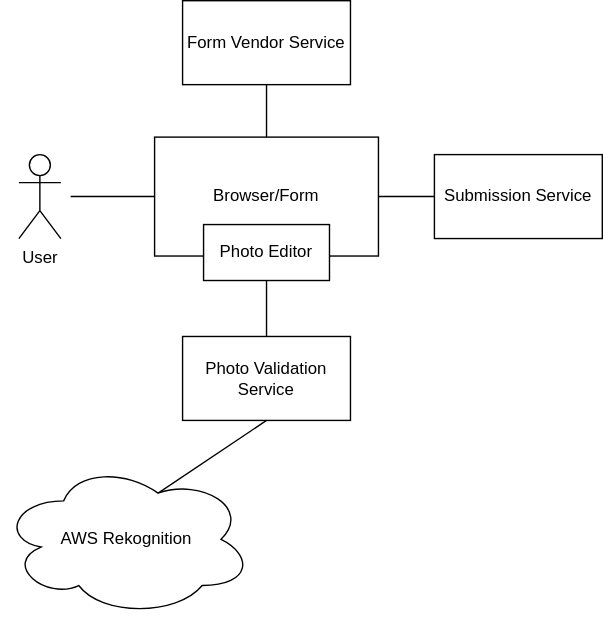
The draw.io diagram images/overview-diagram.svg in DMGEventsForms/spec, before a commit. Source tidied: cells renumbered, new cells last; positions are measured from the earlier drawing's top-left corner, leaving out a move shared by most shapes.
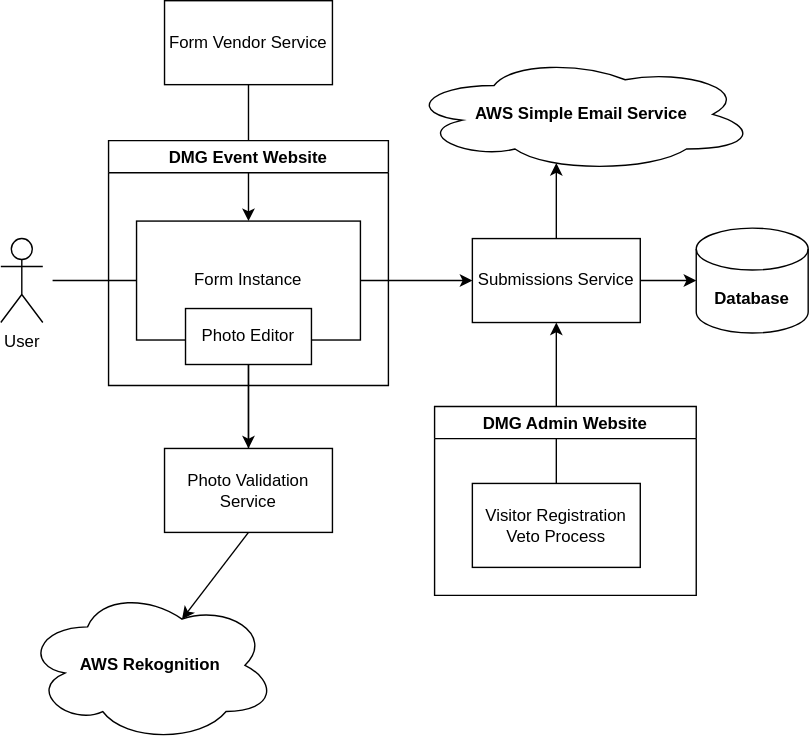
The same diagram one commit later.

What changed in the source:
```diff
@@ -2,43 +2,70 @@
   <root>
     <mxCell id="0" />
     <mxCell id="1" parent="0" />
-    <mxCell id="2" value="Browser/Form" style="rounded=0;whiteSpace=wrap;html=1;" parent="1" vertex="1">
-      <mxGeometry x="110" y="97.5" width="160" height="85" as="geometry" />
+    <mxCell id="2" value="Form Instance" style="rounded=0;whiteSpace=wrap;html=1;" parent="1" vertex="1">
+      <mxGeometry x="17" y="117.5" width="160" height="85" as="geometry" />
     </mxCell>
+    <mxCell id="14" style="edgeStyle=orthogonalEdgeStyle;rounded=0;jettySize=auto;html=1;exitX=1;exitY=0.5;exitDx=0;exitDy=0;entryX=0;entryY=0.5;entryDx=0;entryDy=0;entryPerimeter=0;endArrow=classic;endFill=1;" parent="1" edge="1" source="3" target="18">
+      <mxGeometry relative="1" as="geometry" />
+    </mxCell>
+    <mxCell id="15" style="edgeStyle=orthogonalEdgeStyle;rounded=0;jettySize=auto;html=1;exitX=0.5;exitY=0;exitDx=0;exitDy=0;entryX=0.428;entryY=0.921;entryDx=0;entryDy=0;entryPerimeter=0;startArrow=none;startFill=0;endArrow=classic;endFill=1;" parent="1" edge="1" source="3" target="20">
+      <mxGeometry relative="1" as="geometry" />
+    </mxCell>
+    <mxCell id="16" style="edgeStyle=orthogonalEdgeStyle;rounded=0;jettySize=auto;html=1;exitX=0.5;exitY=1;exitDx=0;exitDy=0;entryX=0.5;entryY=0;entryDx=0;entryDy=0;startArrow=classic;startFill=1;endArrow=none;endFill=0;" parent="1" edge="1" source="3" target="22">
+      <mxGeometry relative="1" as="geometry" />
+    </mxCell>
-    <mxCell id="3" value="Submission Service" style="rounded=0;whiteSpace=wrap;html=1;" parent="1" vertex="1">
-      <mxGeometry x="310" y="110" width="120" height="60" as="geometry" />
+    <mxCell id="3" value="Submissions Service" style="rounded=0;whiteSpace=wrap;html=1;" parent="1" vertex="1">
+      <mxGeometry x="257" y="130" width="120" height="60" as="geometry" />
     </mxCell>
     <mxCell id="4" style="endArrow=none;html=1;rounded=0;entryX=0.5;entryY=1;entryDx=0;entryDy=0;exitX=0.5;exitY=0;exitDx=0;exitDy=0;" parent="1" edge="1" source="5" target="13">
       <mxGeometry relative="1" as="geometry" />
     </mxCell>
     <mxCell id="5" value="Photo Validation Service" style="rounded=0;whiteSpace=wrap;html=1;" parent="1" vertex="1">
-      <mxGeometry x="130" y="240" width="120" height="60" as="geometry" />
+      <mxGeometry x="37" y="280" width="120" height="60" as="geometry" />
     </mxCell>
-    <mxCell id="6" style="endArrow=none;html=1;rounded=0;exitX=0.625;exitY=0.2;exitDx=0;exitDy=0;entryX=0.5;entryY=1;entryDx=0;entryDy=0;exitPerimeter=0;" parent="1" edge="1" source="7" target="5">
+    <mxCell id="6" style="endArrow=none;html=1;rounded=0;exitX=0.625;exitY=0.2;exitDx=0;exitDy=0;entryX=0.5;entryY=1;entryDx=0;entryDy=0;exitPerimeter=0;startArrow=classic;startFill=1;" parent="1" edge="1" source="7" target="5">
       <mxGeometry relative="1" as="geometry" />
     </mxCell>
-    <mxCell id="7" value="AWS Rekognition" style="ellipse;shape=cloud;whiteSpace=wrap;html=1;" parent="1" vertex="1">
-      <mxGeometry y="330" width="180" height="110" as="geometry" />
+    <mxCell id="7" value="&lt;b&gt;AWS Rekognition&lt;/b&gt;" style="ellipse;shape=cloud;whiteSpace=wrap;html=1;" parent="1" vertex="1">
+      <mxGeometry x="-63" y="380" width="180" height="110" as="geometry" />
     </mxCell>
     <mxCell id="8" value="Form Vendor Service" style="rounded=0;whiteSpace=wrap;html=1;" parent="1" vertex="1">
-      <mxGeometry x="130" width="120" height="60" as="geometry" />
+      <mxGeometry x="37" y="-40" width="120" height="60" as="geometry" />
     </mxCell>
-    <mxCell id="9" style="endArrow=none;html=1;rounded=0;entryX=0.5;entryY=1;entryDx=0;entryDy=0;exitX=0.5;exitY=0;exitDx=0;exitDy=0;" parent="1" edge="1" source="2" target="8">
+    <mxCell id="9" style="endArrow=none;html=1;rounded=0;entryX=0.5;entryY=1;entryDx=0;entryDy=0;exitX=0.5;exitY=0;exitDx=0;exitDy=0;startArrow=classic;startFill=1;" parent="1" edge="1" source="2" target="8">
       <mxGeometry relative="1" as="geometry" />
     </mxCell>
-    <mxCell id="10" style="endArrow=none;html=1;rounded=0;entryX=0;entryY=0.5;entryDx=0;entryDy=0;exitX=1;exitY=0.5;exitDx=0;exitDy=0;" parent="1" edge="1" source="2" target="3">
-      <mxGeometry relative="1" as="geometry" />
-    </mxCell>
     <mxCell id="11" value="User" style="shape=umlActor;verticalLabelPosition=bottom;verticalAlign=top;html=1;" parent="1" vertex="1">
-      <mxGeometry x="13" y="110" width="30" height="60" as="geometry" />
+      <mxGeometry x="-80" y="130" width="30" height="60" as="geometry" />
     </mxCell>
     <mxCell id="12" style="endArrow=none;html=1;rounded=0;entryX=0;entryY=0.5;entryDx=0;entryDy=0;" parent="1" edge="1" target="2">
       <mxGeometry relative="1" as="geometry">
-        <mxPoint x="50" y="140" as="sourcePoint" />
+        <mxPoint x="-43" y="160" as="sourcePoint" />
       </mxGeometry>
     </mxCell>
+    <mxCell id="17" style="edgeStyle=orthogonalEdgeStyle;rounded=0;jettySize=auto;html=1;" parent="1" edge="1" source="13" target="5">
+      <mxGeometry relative="1" as="geometry" />
+    </mxCell>
     <mxCell id="13" value="Photo Editor" style="rounded=0;whiteSpace=wrap;html=1;" parent="1" vertex="1">
-      <mxGeometry x="145" y="160" width="90" height="40" as="geometry" />
+      <mxGeometry x="52" y="180" width="90" height="40" as="geometry" />
     </mxCell>
+    <mxCell id="18" value="&lt;b&gt;Database&lt;/b&gt;" style="shape=cylinder3;whiteSpace=wrap;html=1;boundedLbl=1;backgroundOutline=1;size=15;" parent="1" vertex="1">
+      <mxGeometry x="417" y="122.5" width="80" height="75" as="geometry" />
+    </mxCell>
+    <mxCell id="10" style="endArrow=classic;startArrow=none;html=1;rounded=0;entryX=0;entryY=0.5;entryDx=0;entryDy=0;exitX=1;exitY=0.5;exitDx=0;exitDy=0;endFill=1;startFill=0;" parent="1" edge="1" source="2" target="3">
+      <mxGeometry relative="1" as="geometry" />
+    </mxCell>
+    <mxCell id="19" value="DMG Event Website" style="swimlane;" parent="1" vertex="1">
+      <mxGeometry x="-3" y="60" width="200" height="175" as="geometry" />
+    </mxCell>
+    <mxCell id="20" value="&lt;b&gt;AWS Simple Email Service&lt;/b&gt;" style="ellipse;shape=cloud;whiteSpace=wrap;html=1;" parent="1" vertex="1">
+      <mxGeometry x="210" width="250" height="82.5" as="geometry" />
+    </mxCell>
+    <mxCell id="21" value="DMG Admin Website" style="swimlane;" parent="1" vertex="1">
+      <mxGeometry x="230" y="250" width="187" height="135" as="geometry" />
+    </mxCell>
+    <mxCell id="22" value="Visitor Registration Veto Process" style="whiteSpace=wrap;html=1;" parent="21" vertex="1">
+      <mxGeometry x="27" y="55" width="120" height="60" as="geometry" />
+    </mxCell>
   </root>
 </mxGraphModel>
```
